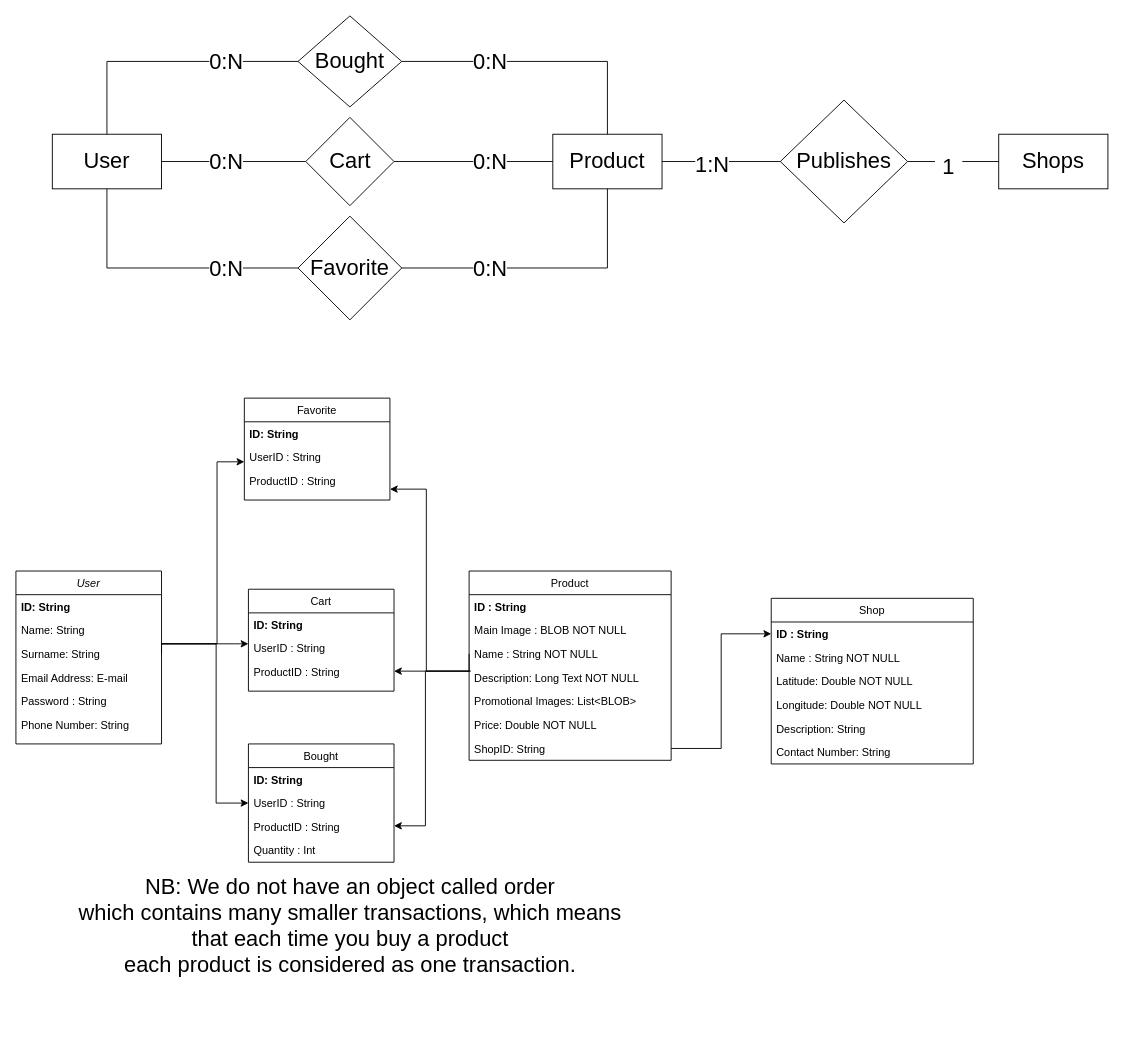
Earlier version of the draw.io diagram docs/Images/Database/database-structure.drawio (itsPeetah/polimi-dima-2022-ecommerce). Source tidied: cells renumbered, new cells numbered last; positions are measured from the earlier drawing's top-left corner, leaving out a move shared by most shapes. Both pictures are drawn from the tidied source at 91%, with x=0, y=0 at pixel (15, 15).
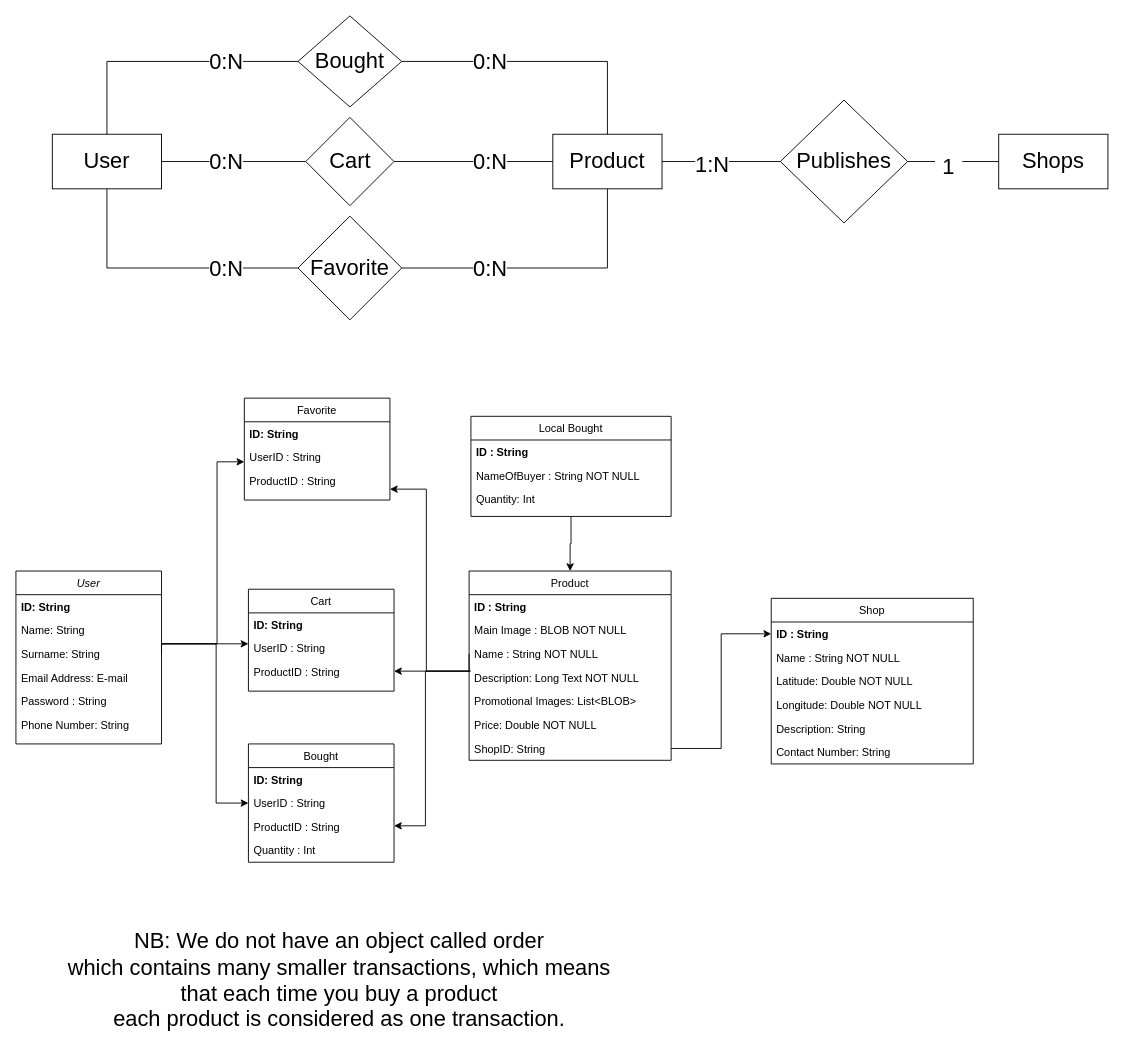
Above is the later version.

The change refers to these unchanged cells:
```xml
<mxCell id="16" value="Product" style="swimlane;fontStyle=0;align=center;verticalAlign=top;horizontal=1;startSize=26;rounded=0;shadow=0;strokeWidth=1;" parent="1" vertex="1">
  <mxGeometry x="498" y="610" width="222" height="208" as="geometry" />
</mxCell>
```

The edit, as a diff of the source:
```diff
@@
     <mxCell id="41" value="NB: We do not have an object called order&lt;br&gt;which contains many smaller transactions, which means&lt;br&gt;that each time you buy a product &lt;br&gt;each product is considered as one transaction." style="text;html=1;align=center;verticalAlign=middle;strokeColor=none;fillColor=none;fontSize=24;" parent="1" vertex="1">
-      <mxGeometry x="62" y="940" width="610" height="120" as="geometry" />
+      <mxGeometry x="50" y="1000" width="610" height="120" as="geometry" />
     </mxCell>
@@
+    <mxCell id="69" style="edgeStyle=orthogonalEdgeStyle;rounded=0;jettySize=auto;html=1;" parent="1" edge="1" source="70" target="16">
+      <mxGeometry relative="1" as="geometry" />
+    </mxCell>
+    <mxCell id="70" value="Local Bought" style="swimlane;fontStyle=0;align=center;verticalAlign=top;horizontal=1;startSize=26;rounded=0;shadow=0;strokeWidth=1;" parent="1" vertex="1">
+      <mxGeometry x="500" y="440" width="220" height="110" as="geometry" />
+    </mxCell>
+    <mxCell id="71" value="ID : String" style="text;align=left;verticalAlign=top;spacingLeft=4;spacingRight=4;overflow=hidden;fontStyle=1;" parent="70" vertex="1">
+      <mxGeometry y="26" width="220" height="26" as="geometry" />
+    </mxCell>
+    <mxCell id="72" value="NameOfBuyer : String NOT NULL" style="text;align=left;verticalAlign=top;spacingLeft=4;spacingRight=4;overflow=hidden;rounded=0;shadow=0;html=0;" parent="70" vertex="1">
+      <mxGeometry y="52" width="220" height="26" as="geometry" />
+    </mxCell>
+    <mxCell id="73" value="Quantity: Int" style="text;align=left;verticalAlign=top;spacingLeft=4;spacingRight=4;overflow=hidden;rounded=0;shadow=0;html=0;" parent="70" vertex="1">
+      <mxGeometry y="78" width="220" height="26" as="geometry" />
+    </mxCell>
```
